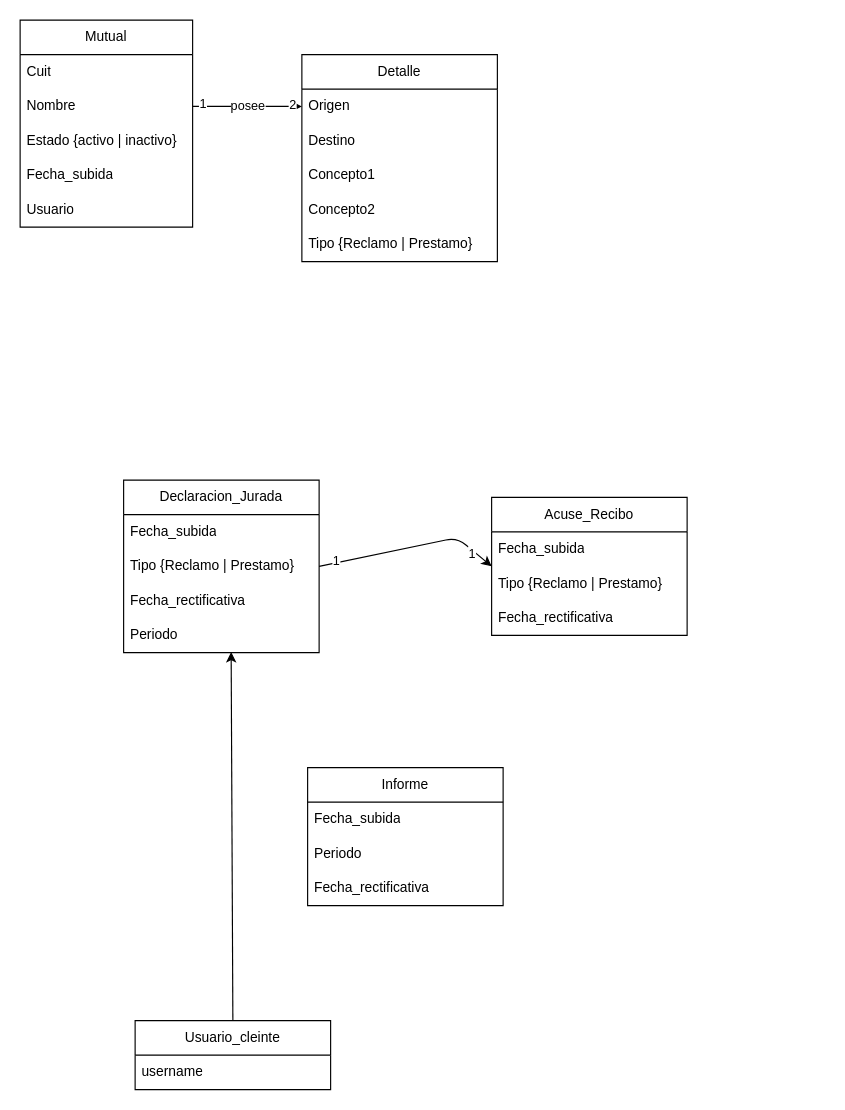
Above: documentation/entidad-relacion.drawio in cozakoo/MutualesWeb_DjangoPython (draw.io), before the change. Source tidied: cells renumbered, new cells numbered last; positions are measured from the earlier drawing's top-left corner, leaving out a move shared by most shapes. Both pictures are drawn from the tidied source at 115%, with x=0, y=0 at pixel (20, 20).
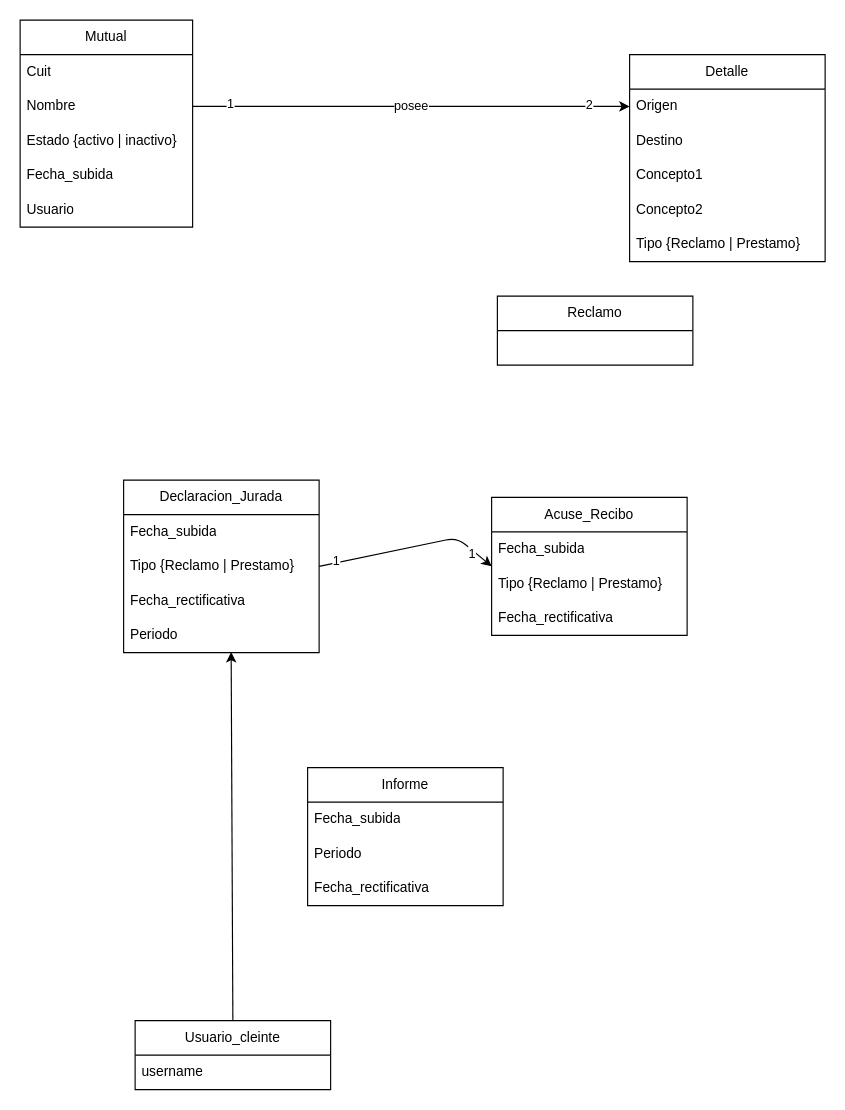
After the change.

Commit message:
entidad-relacion base

The edit, as a diff of the source:
```diff
@@
     <mxCell id="8" value="Detalle" style="swimlane;fontStyle=0;horizontal=1;startSize=30;whiteSpace=wrap;html=1;" parent="1" vertex="1">
-      <mxGeometry x="245" y="30" width="170" height="180" as="geometry" />
+      <mxGeometry x="530" y="30" width="170" height="180" as="geometry" />
     </mxCell>
@@
+    <mxCell id="36" value="Reclamo" style="swimlane;fontStyle=0;horizontal=1;startSize=30;whiteSpace=wrap;html=1;" parent="1" vertex="1">
+      <mxGeometry x="415" y="240" width="170" height="60" as="geometry" />
+    </mxCell>
```
